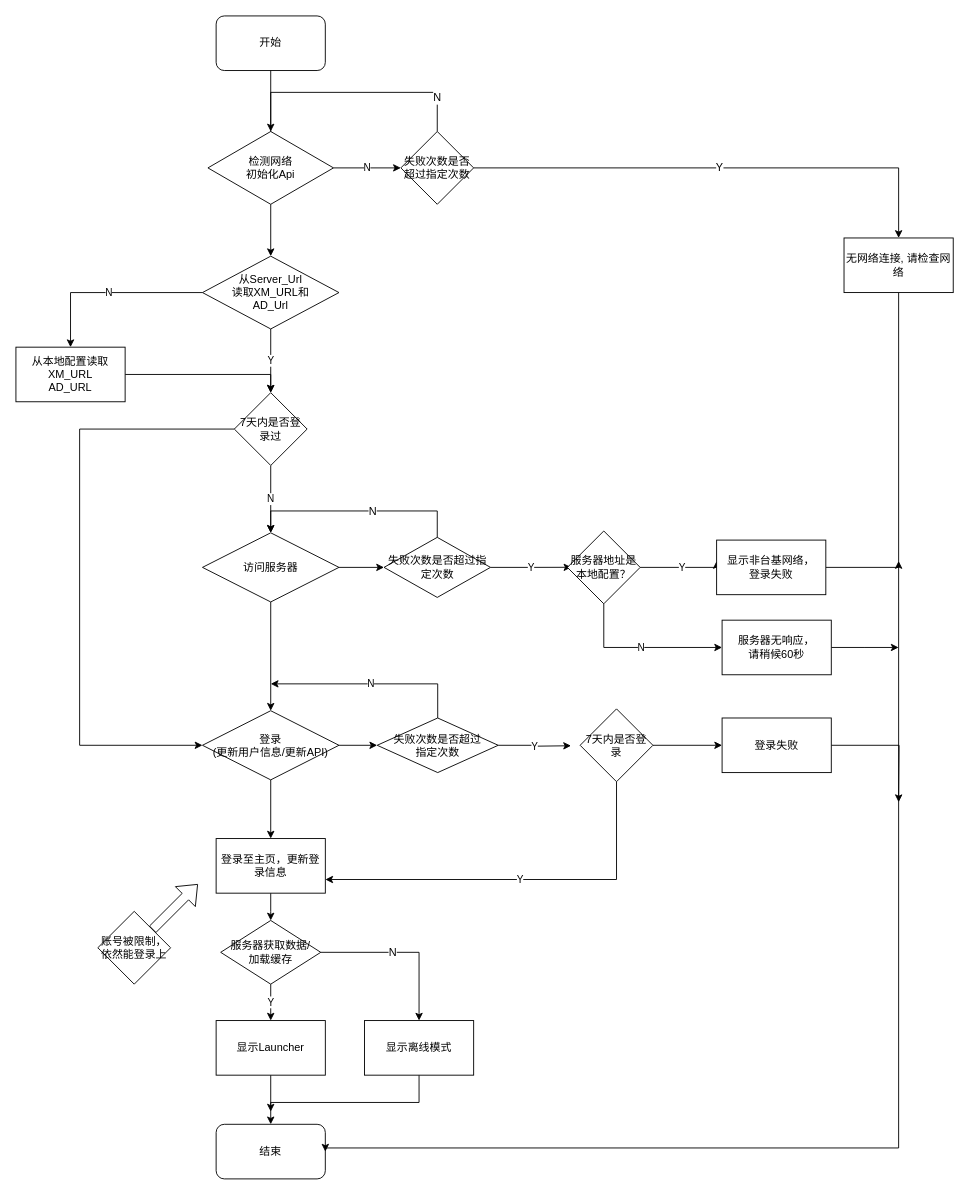
This is XMediaTv_New_Login.drawio from honghonglhh2018/ThinkingFlowChart, a draw.io file, before an edit. Source tidied: cells renumbered, new cells numbered last; positions are measured from the earlier drawing's top-left corner, leaving out a move shared by most shapes. Both pictures are drawn from the tidied source at 91%, with x=0, y=0 at pixel (15, 15).
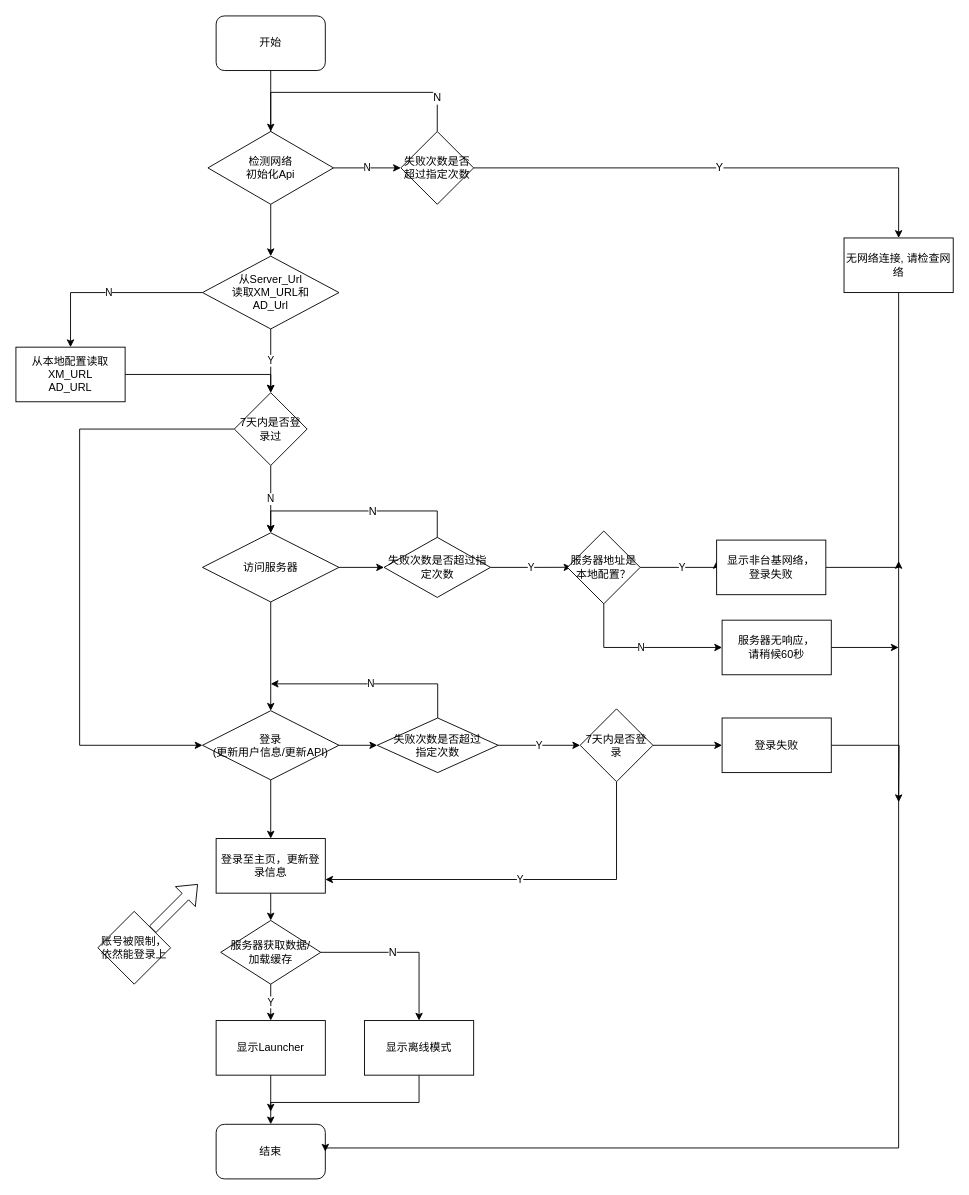
The same page after the edit.

The change refers to these unchanged cells:
```xml
<mxCell id="19" value="失败次数是否超过&lt;br&gt;指定次数" style="rhombus;whiteSpace=wrap;html=1;" parent="1" vertex="1">
  <mxGeometry x="397" y="771.5" width="133" height="60" as="geometry" />
</mxCell>
<mxCell id="57" value="7天内是否登录" style="rhombus;whiteSpace=wrap;html=1;" parent="1" vertex="1">
  <mxGeometry x="620" y="761.5" width="80" height="80" as="geometry" />
</mxCell>
```

Change to the diagram source:
```diff
@@
-    <mxCell id="18" value="Y" style="edgeStyle=orthogonalEdgeStyle;rounded=0;jettySize=auto;html=1;entryX=0;entryY=0.5;entryDx=0;entryDy=0;" parent="1" edge="1" source="19">
-      <mxGeometry relative="1" as="geometry">
-        <mxPoint x="610" y="802" as="targetPoint" />
-      </mxGeometry>
+    <mxCell id="18" value="Y" style="edgeStyle=orthogonalEdgeStyle;rounded=0;jettySize=auto;html=1;entryX=0;entryY=0.5;entryDx=0;entryDy=0;" parent="1" edge="1" source="19" target="57">
+      <mxGeometry relative="1" as="geometry" />
     </mxCell>
```
